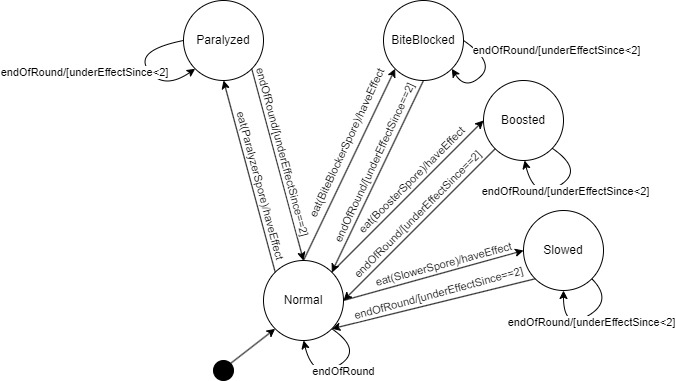
Darknet500/Pandora-Fungis keeps this draw.io diagram as UML/reszletes tervek state machinek/Bug statemachine.png. Above is the earlier version. Source tidied: cells renumbered, new cells last; positions are measured from the earlier drawing's top-left corner, leaving out a move shared by most shapes.
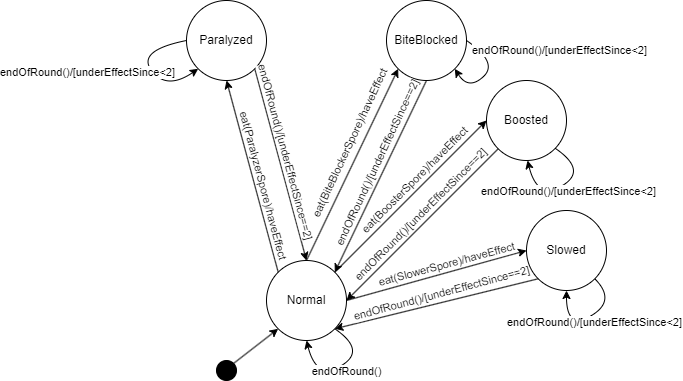
Above is the later version.

Commit message:
state machine updated

Diff of the diagram source:
```diff
@@ -28,7 +28,7 @@
     <mxCell id="9" style="endArrow=classic;html=1;rounded=0;exitX=1;exitY=1;exitDx=0;exitDy=0;entryX=0.5;entryY=0;entryDx=0;entryDy=0;" parent="1" edge="1" source="4" target="3">
       <mxGeometry relative="1" as="geometry" />
     </mxCell>
-    <mxCell id="10" value="endOfRound/[underEffectSince==2]" style="edgeLabel;html=1;align=center;verticalAlign=middle;rotation=75;" parent="9" vertex="1">
+    <mxCell id="10" value="endOfRound()/[underEffectSince==2]" style="edgeLabel;html=1;align=center;verticalAlign=middle;rotation=75;" parent="9" vertex="1">
       <mxGeometry x="-0.26" y="4" relative="1" as="geometry">
         <mxPoint x="8" y="13" as="offset" />
       </mxGeometry>
@@ -41,7 +41,7 @@
         </Array>
       </mxGeometry>
     </mxCell>
-    <mxCell id="12" value="endOfRound" style="edgeLabel;html=1;align=center;verticalAlign=middle;" parent="11" vertex="1">
+    <mxCell id="12" value="endOfRound()" style="edgeLabel;html=1;align=center;verticalAlign=middle;" parent="11" vertex="1">
       <mxGeometry x="0.1" relative="1" as="geometry">
         <mxPoint x="12" y="1" as="offset" />
       </mxGeometry>
@@ -57,7 +57,7 @@
     <mxCell id="15" style="endArrow=classic;html=1;rounded=0;exitX=0.5;exitY=1;exitDx=0;exitDy=0;entryX=1;entryY=0;entryDx=0;entryDy=0;" parent="1" edge="1" source="5" target="3">
       <mxGeometry relative="1" as="geometry" />
     </mxCell>
-    <mxCell id="16" value="endOfRound/[underEffectSince==2]" style="edgeLabel;html=1;align=center;verticalAlign=middle;rotation=-65;" parent="15" vertex="1">
+    <mxCell id="16" value="endOfRound()/[underEffectSince==2]" style="edgeLabel;html=1;align=center;verticalAlign=middle;rotation=-65;" parent="15" vertex="1">
       <mxGeometry x="-0.26" y="4" relative="1" as="geometry">
         <mxPoint x="-20" y="11" as="offset" />
       </mxGeometry>
@@ -78,7 +78,7 @@
         <mxPoint x="210" y="300" as="targetPoint" />
       </mxGeometry>
     </mxCell>
-    <mxCell id="21" value="endOfRound/[underEffectSince==2]" style="edgeLabel;html=1;align=center;verticalAlign=middle;rotation=-45;" parent="20" vertex="1">
+    <mxCell id="21" value="endOfRound()/[underEffectSince==2]" style="edgeLabel;html=1;align=center;verticalAlign=middle;rotation=-45;" parent="20" vertex="1">
       <mxGeometry x="-0.26" y="4" relative="1" as="geometry">
         <mxPoint x="-25" y="7" as="offset" />
       </mxGeometry>
@@ -97,7 +97,7 @@
     <mxCell id="25" style="endArrow=classic;html=1;rounded=0;exitX=0;exitY=1;exitDx=0;exitDy=0;entryX=1;entryY=1;entryDx=0;entryDy=0;" parent="1" edge="1" source="22" target="3">
       <mxGeometry relative="1" as="geometry" />
     </mxCell>
-    <mxCell id="26" value="endOfRound/[underEffectSince==2]" style="edgeLabel;html=1;align=center;verticalAlign=middle;rotation=-15;" parent="25" vertex="1">
+    <mxCell id="26" value="endOfRound()/[underEffectSince==2]" style="edgeLabel;html=1;align=center;verticalAlign=middle;rotation=-15;" parent="25" vertex="1">
       <mxGeometry x="-0.26" y="4" relative="1" as="geometry">
         <mxPoint x="-24" y="-8" as="offset" />
       </mxGeometry>
@@ -110,7 +110,7 @@
         </Array>
       </mxGeometry>
     </mxCell>
-    <mxCell id="28" value="endOfRound/[underEffectSince&amp;lt;2]" style="edgeLabel;html=1;align=center;verticalAlign=middle;" parent="27" vertex="1">
+    <mxCell id="28" value="endOfRound()/[underEffectSince&amp;lt;2]" style="edgeLabel;html=1;align=center;verticalAlign=middle;" parent="27" vertex="1">
       <mxGeometry x="0.1" relative="1" as="geometry">
         <mxPoint x="12" y="1" as="offset" />
       </mxGeometry>
@@ -125,7 +125,7 @@
         </Array>
       </mxGeometry>
     </mxCell>
-    <mxCell id="30" value="endOfRound/[underEffectSince&amp;lt;2]" style="edgeLabel;html=1;align=center;verticalAlign=middle;" parent="29" vertex="1">
+    <mxCell id="30" value="endOfRound()/[underEffectSince&amp;lt;2]" style="edgeLabel;html=1;align=center;verticalAlign=middle;" parent="29" vertex="1">
       <mxGeometry x="0.1" relative="1" as="geometry">
         <mxPoint x="12" y="1" as="offset" />
       </mxGeometry>
@@ -139,7 +139,7 @@
         </Array>
       </mxGeometry>
     </mxCell>
-    <mxCell id="32" value="endOfRound/[underEffectSince&amp;lt;2]" style="edgeLabel;html=1;align=center;verticalAlign=middle;" parent="31" vertex="1">
+    <mxCell id="32" value="endOfRound()/[underEffectSince&amp;lt;2]" style="edgeLabel;html=1;align=center;verticalAlign=middle;" parent="31" vertex="1">
       <mxGeometry x="0.1" relative="1" as="geometry">
         <mxPoint x="75" y="-26" as="offset" />
       </mxGeometry>
@@ -152,7 +152,7 @@
         </Array>
       </mxGeometry>
     </mxCell>
-    <mxCell id="34" value="endOfRound/[underEffectSince&amp;lt;2]" style="edgeLabel;html=1;align=center;verticalAlign=middle;" parent="33" vertex="1">
+    <mxCell id="34" value="endOfRound()/[underEffectSince&amp;lt;2]" style="edgeLabel;html=1;align=center;verticalAlign=middle;" parent="33" vertex="1">
       <mxGeometry x="0.1" relative="1" as="geometry">
         <mxPoint x="-65" y="1" as="offset" />
       </mxGeometry>
```
